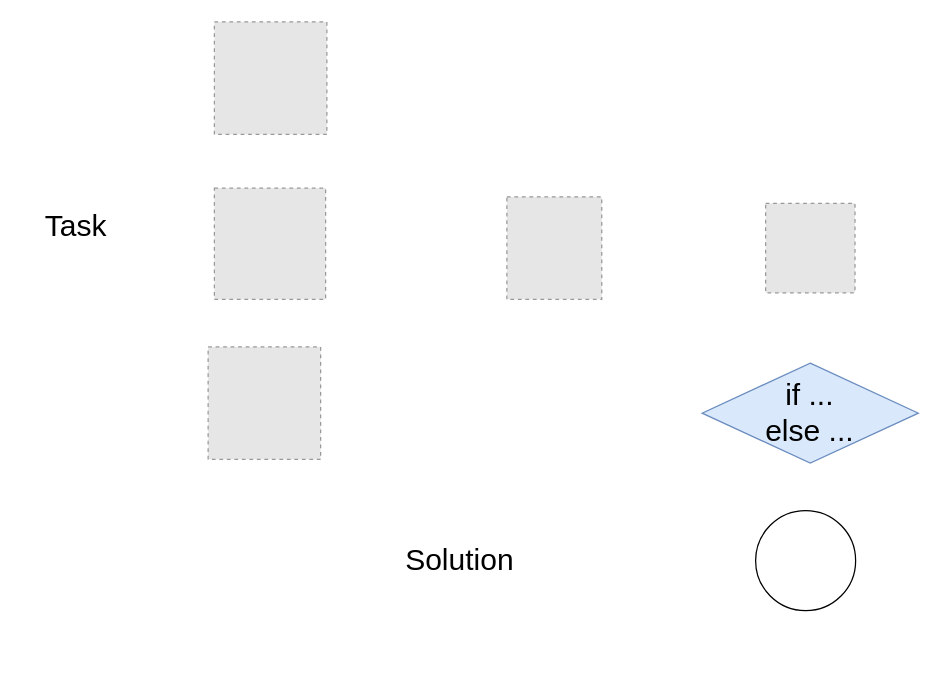
Earlier version of the draw.io diagram 代码生成工作流.drawio (Lzww0608/Graduate-Pictures). Source tidied: cells renumbered, new cells numbered last; positions are measured from the earlier drawing's top-left corner, leaving out a move shared by most shapes. Both pictures are drawn from the tidied source at 125%, with x=0, y=0 at pixel (32, 21). Pictures stored in the file or linked from it are replaced by grey dashed boxes.
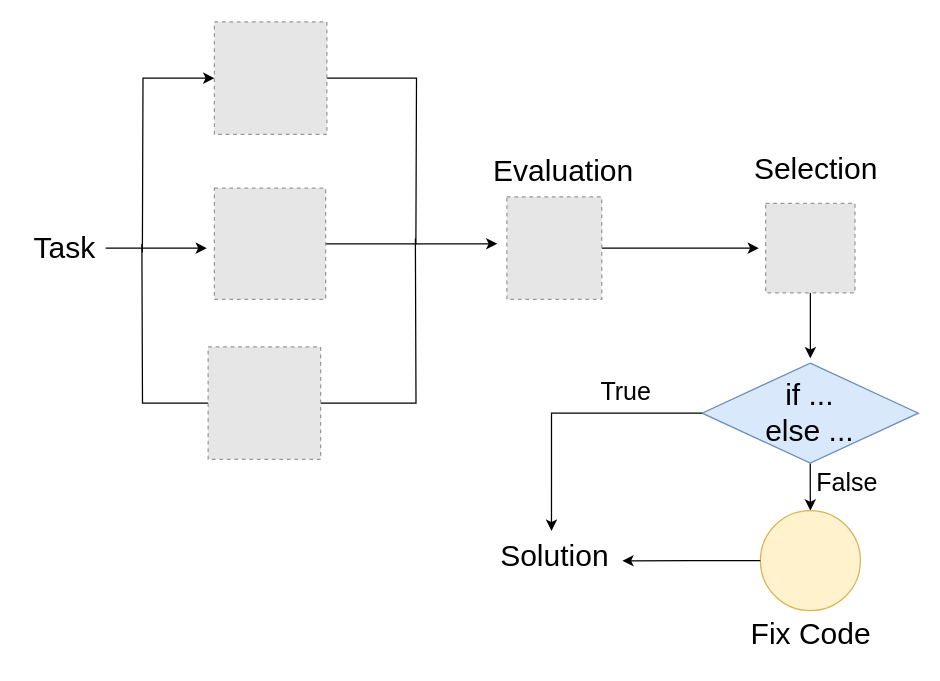
Above is the later version.

Commit message (it also covers changes not shown here):
更新代码生成工作流.drawio

The change refers to these unchanged cells:
```xml
<mxCell id="3" style="fillColor=#E6E6E6;strokeColor=#999999;dashed=1;verticalLabelPosition=bottom;labelBackgroundColor=default;verticalAlign=top;" parent="1" vertex="1">
  <mxGeometry x="145" width="90" height="90" as="geometry" />
</mxCell>
<mxCell id="4" style="fillColor=#E6E6E6;strokeColor=#999999;dashed=1;verticalLabelPosition=bottom;labelBackgroundColor=default;verticalAlign=top;" parent="1" vertex="1">
  <mxGeometry x="145" y="133" width="89" height="89" as="geometry" />
</mxCell>
<mxCell id="5" style="fillColor=#E6E6E6;strokeColor=#999999;dashed=1;verticalLabelPosition=bottom;labelBackgroundColor=default;verticalAlign=top;" parent="1" vertex="1">
  <mxGeometry x="140" y="260" width="90" height="90" as="geometry" />
</mxCell>
<mxCell id="6" style="fillColor=#E6E6E6;strokeColor=#999999;dashed=1;verticalLabelPosition=bottom;labelBackgroundColor=default;verticalAlign=top;" parent="1" vertex="1">
  <mxGeometry x="379" y="140" width="75.9" height="82" as="geometry" />
</mxCell>
<mxCell id="7" style="fillColor=#E6E6E6;strokeColor=#999999;dashed=1;verticalLabelPosition=bottom;labelBackgroundColor=default;verticalAlign=top;" parent="1" vertex="1">
  <mxGeometry x="586" y="145.2" width="71.5" height="71.5" as="geometry" />
</mxCell>
<mxCell id="8" value="if ...&lt;div style=&quot;font-size: 24px;&quot;&gt;else ...&lt;/div&gt;" style="rhombus;whiteSpace=wrap;html=1;fontSize=24;labelBackgroundColor=none;fillColor=#dae8fc;strokeColor=#6c8ebf;" parent="1" vertex="1">
  <mxGeometry x="535.2" y="273" width="173" height="80" as="geometry" />
</mxCell>
```

The edit, as a diff of the source:
```diff
@@
+    <mxCell id="11" style="edgeStyle=orthogonalEdgeStyle;rounded=0;jettySize=auto;html=1;" parent="1" edge="1" source="2">
+      <mxGeometry relative="1" as="geometry">
+        <mxPoint x="139" y="181" as="targetPoint" />
+      </mxGeometry>
+    </mxCell>
     <mxCell id="2" value="Task" style="text;html=1;align=center;verticalAlign=middle;points=[];strokeColor=none;fillColor=none;fontSize=24;" parent="1" vertex="1">
-      <mxGeometry y="143" width="67" height="41" as="geometry" />
+      <mxGeometry x="-9" y="160.5" width="67" height="41" as="geometry" />
     </mxCell>
+    <mxCell id="12" style="edgeStyle=orthogonalEdgeStyle;rounded=0;jettySize=auto;html=1;endArrow=none;endFill=0;startArrow=classic;startFill=1;" parent="1" edge="1" source="3">
+      <mxGeometry relative="1" as="geometry">
+        <mxPoint x="87.4" y="184.4" as="targetPoint" />
+      </mxGeometry>
+    </mxCell>
+    <mxCell id="13" style="edgeStyle=orthogonalEdgeStyle;rounded=0;jettySize=auto;html=1;endArrow=none;endFill=0;" parent="1" edge="1" source="3">
+      <mxGeometry relative="1" as="geometry">
+        <mxPoint x="306.2" y="178" as="targetPoint" />
+      </mxGeometry>
+    </mxCell>
@@
+    <mxCell id="14" style="edgeStyle=orthogonalEdgeStyle;rounded=0;jettySize=auto;html=1;" parent="1" edge="1" source="4">
+      <mxGeometry relative="1" as="geometry">
+        <mxPoint x="371.4" y="177.5" as="targetPoint" />
+      </mxGeometry>
+    </mxCell>
@@
+    <mxCell id="15" style="edgeStyle=orthogonalEdgeStyle;rounded=0;jettySize=auto;html=1;endArrow=none;endFill=0;" parent="1" edge="1" source="5">
+      <mxGeometry relative="1" as="geometry">
+        <mxPoint x="87" y="177.6" as="targetPoint" />
+      </mxGeometry>
+    </mxCell>
+    <mxCell id="16" style="edgeStyle=orthogonalEdgeStyle;rounded=0;jettySize=auto;html=1;endArrow=none;endFill=0;" parent="1" edge="1" source="5">
+      <mxGeometry relative="1" as="geometry">
+        <mxPoint x="305.8" y="173.2" as="targetPoint" />
+      </mxGeometry>
+    </mxCell>
@@
+    <mxCell id="17" style="edgeStyle=orthogonalEdgeStyle;rounded=0;jettySize=auto;html=1;" parent="1" edge="1" source="6">
+      <mxGeometry relative="1" as="geometry">
+        <mxPoint x="580.6" y="181" as="targetPoint" />
+      </mxGeometry>
+    </mxCell>
@@
+    <mxCell id="18" style="edgeStyle=orthogonalEdgeStyle;rounded=0;jettySize=auto;html=1;" parent="1" edge="1" source="7">
+      <mxGeometry relative="1" as="geometry">
+        <mxPoint x="621.8" y="269.2" as="targetPoint" />
+      </mxGeometry>
+    </mxCell>
@@
+    <mxCell id="19" style="edgeStyle=orthogonalEdgeStyle;rounded=0;jettySize=auto;html=1;" parent="1" edge="1" source="8" target="9">
+      <mxGeometry relative="1" as="geometry" />
+    </mxCell>
@@
-    <mxCell id="9" style="ellipse;whiteSpace=wrap;html=1;" parent="1" vertex="1">
-      <mxGeometry x="578" y="391" width="80" height="80" as="geometry" />
+    <mxCell id="9" style="ellipse;whiteSpace=wrap;html=1;fillColor=#fff2cc;strokeColor=#d6b656;" parent="1" vertex="1">
+      <mxGeometry x="581.8" y="391" width="80" height="80" as="geometry" />
     </mxCell>
     <mxCell id="10" value="Solution" style="text;html=1;align=center;verticalAlign=middle;points=[];strokeColor=none;fillColor=none;fontSize=24;" parent="1" vertex="1">
-      <mxGeometry x="288" y="410.5" width="105" height="41" as="geometry" />
+      <mxGeometry x="364.5" y="407" width="105" height="41" as="geometry" />
     </mxCell>
+    <mxCell id="20" value="Evaluation" style="text;html=1;align=center;verticalAlign=middle;strokeColor=none;fillColor=none;fontSize=24;" parent="1" vertex="1">
+      <mxGeometry x="359" y="99" width="130" height="41" as="geometry" />
+    </mxCell>
+    <mxCell id="21" value="Selection" style="text;html=1;align=center;verticalAlign=middle;strokeColor=none;fillColor=none;fontSize=24;" parent="1" vertex="1">
+      <mxGeometry x="567" y="97" width="117" height="41" as="geometry" />
+    </mxCell>
+    <mxCell id="22" style="edgeStyle=orthogonalEdgeStyle;rounded=0;jettySize=auto;html=1;entryX=0.478;entryY=0.005;entryDx=0;entryDy=0;entryPerimeter=0;" parent="1" edge="1" source="8" target="10">
+      <mxGeometry relative="1" as="geometry" />
+    </mxCell>
+    <mxCell id="23" style="edgeStyle=orthogonalEdgeStyle;rounded=0;jettySize=auto;html=1;entryX=1.018;entryY=0.59;entryDx=0;entryDy=0;entryPerimeter=0;" parent="1" edge="1" source="9" target="10">
+      <mxGeometry relative="1" as="geometry" />
+    </mxCell>
+    <mxCell id="24" value="True" style="text;html=1;align=center;verticalAlign=middle;strokeColor=none;fillColor=none;fontSize=20;" parent="1" vertex="1">
+      <mxGeometry x="445" y="277" width="58" height="36" as="geometry" />
+    </mxCell>
+    <mxCell id="25" value="False" style="text;html=1;align=center;verticalAlign=middle;strokeColor=none;fillColor=none;fontSize=20;" parent="1" vertex="1">
+      <mxGeometry x="617" y="350" width="67" height="36" as="geometry" />
+    </mxCell>
+    <mxCell id="26" value="Fix Code" style="text;html=1;align=center;verticalAlign=middle;strokeColor=none;fillColor=none;fontSize=24;" parent="1" vertex="1">
+      <mxGeometry x="564.8" y="469" width="114" height="41" as="geometry" />
+    </mxCell>
```
